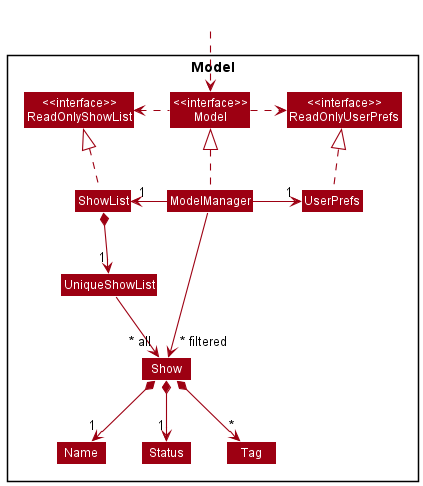
This is docs/images/ModelClassDiagram.png from nus-cs2103-AY2122S2/tp, a PlantUML export, as it was before one commit.
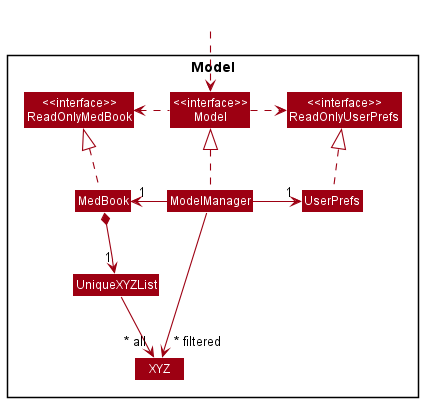
After the commit.

Change to the diagram source:
```diff
@@ -5,41 +5,33 @@
 skinparam classBackgroundColor MODEL_COLOR
 
 Package Model <<Rectangle>>{
-Class "<<interface>>\nReadOnlyShowList" as ReadOnlyShowList
+Class "<<interface>>\nReadOnlyMedBook" as ReadOnlyMedBook
 Class "<<interface>>\nReadOnlyUserPrefs" as ReadOnlyUserPrefs
 Class "<<interface>>\nModel" as Model
-Class ShowList
+Class MedBook
 Class ModelManager
 Class UserPrefs
 
-Class UniqueShowList
-Class Show
-Class Status
-Class Name
-Class Tag
+Class UniqueXYZList
+Class XYZ
+
 
 }
 
 Class HiddenOutside #FFFFFF
 HiddenOutside ..> Model
 
-ShowList .up.|> ReadOnlyShowList
+MedBook .up.|> ReadOnlyMedBook
 
 ModelManager .up.|> Model
 Model .right.> ReadOnlyUserPrefs
-Model .left.> ReadOnlyShowList
-ModelManager -left-> "1" ShowList
+Model .left.> ReadOnlyMedBook
+ModelManager -left-> "1" MedBook
 ModelManager -right-> "1" UserPrefs
 UserPrefs .up.|> ReadOnlyUserPrefs
 
-ShowList *--> "1" UniqueShowList
-UniqueShowList --> "~* all" Show
-Show *--> "1" Name
-Show *--> "1" Status
-Show *--> "*" Tag
+MedBook *--> "1" UniqueXYZList
+UniqueXYZList --> "~* all" XYZ
 
-Name -[hidden]right-> Status
-Status -[hidden]right->  Tag
-
-ModelManager -->"~* filtered" Show
+ModelManager -->"~* filtered" XYZ
 @enduml
```
